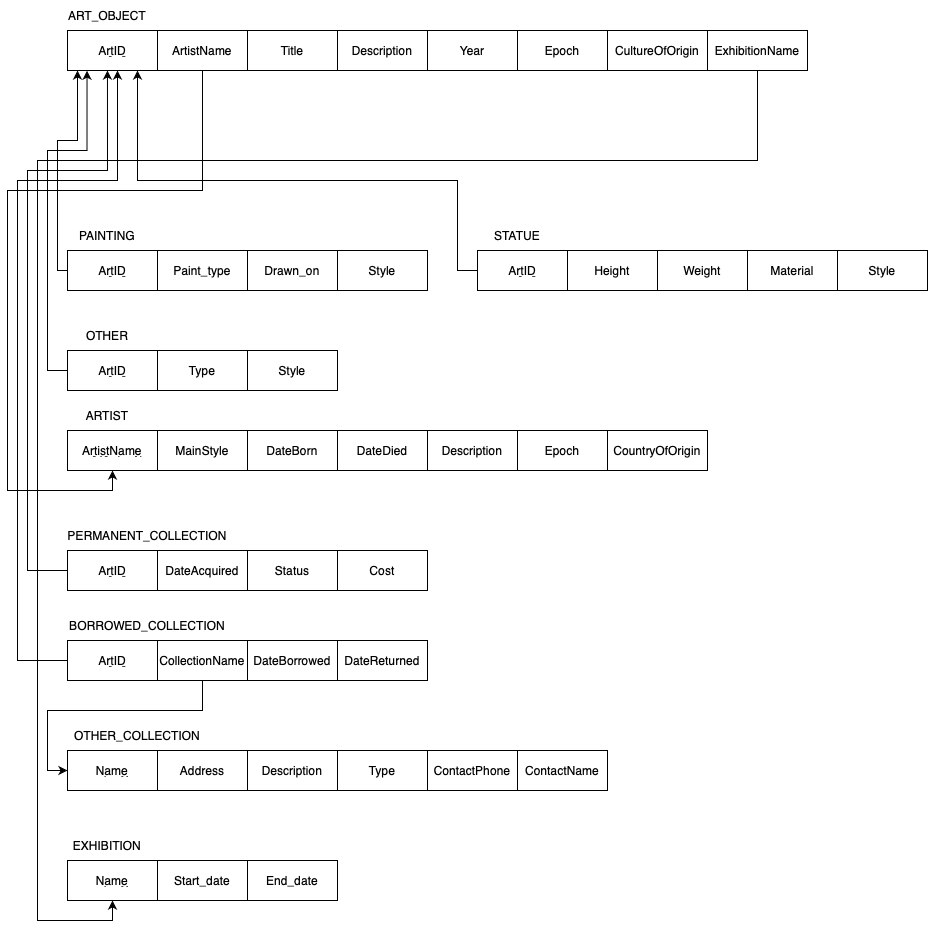
This is 300 Final Project Relational Model.drawio.png from Maan-Khedr-ENSF-300/museum-project-coolkids87, a draw.io export, as it was before one commit. Source tidied: cells renumbered, new cells last; positions are measured from the earlier drawing's top-left corner, leaving out a move shared by most shapes. Its diagram source:
```xml
<mxGraphModel>
  <root>
    <mxCell id="0" />
    <mxCell id="1" parent="0" />
    <mxCell id="2" value="&lt;u&gt;ArtID&lt;/u&gt;" style="rounded=0;whiteSpace=wrap;html=1;" parent="1" vertex="1">
      <mxGeometry x="60" y="30" width="90" height="40" as="geometry" />
    </mxCell>
    <mxCell id="3" value="ART_OBJECT" style="text;html=1;strokeColor=none;fillColor=none;align=center;verticalAlign=middle;whiteSpace=wrap;rounded=0;" parent="1" vertex="1">
      <mxGeometry x="60" width="80" height="30" as="geometry" />
    </mxCell>
    <mxCell id="4" style="edgeStyle=orthogonalEdgeStyle;rounded=0;jettySize=auto;html=1;exitX=0;exitY=0.5;exitDx=0;exitDy=0;" parent="1" edge="1" source="5" target="2">
      <mxGeometry relative="1" as="geometry">
        <Array as="points">
          <mxPoint x="50" y="270" />
          <mxPoint x="50" y="140" />
          <mxPoint x="70" y="140" />
        </Array>
      </mxGeometry>
    </mxCell>
    <mxCell id="5" value="&lt;u&gt;ArtID&lt;/u&gt;" style="rounded=0;whiteSpace=wrap;html=1;" parent="1" vertex="1">
      <mxGeometry x="60" y="250" width="90" height="40" as="geometry" />
    </mxCell>
    <mxCell id="6" value="PAINTING" style="text;html=1;strokeColor=none;fillColor=none;align=center;verticalAlign=middle;whiteSpace=wrap;rounded=0;" parent="1" vertex="1">
      <mxGeometry x="60" y="220" width="80" height="30" as="geometry" />
    </mxCell>
    <mxCell id="7" value="Paint_type" style="rounded=0;whiteSpace=wrap;html=1;" parent="1" vertex="1">
      <mxGeometry x="150" y="250" width="90" height="40" as="geometry" />
    </mxCell>
    <mxCell id="8" value="Drawn_on" style="rounded=0;whiteSpace=wrap;html=1;" parent="1" vertex="1">
      <mxGeometry x="240" y="250" width="90" height="40" as="geometry" />
    </mxCell>
    <mxCell id="9" value="Style" style="rounded=0;whiteSpace=wrap;html=1;" parent="1" vertex="1">
      <mxGeometry x="330" y="250" width="90" height="40" as="geometry" />
    </mxCell>
    <mxCell id="10" value="Description" style="rounded=0;whiteSpace=wrap;html=1;" parent="1" vertex="1">
      <mxGeometry x="330" y="30" width="90" height="40" as="geometry" />
    </mxCell>
    <mxCell id="11" value="Year" style="rounded=0;whiteSpace=wrap;html=1;" parent="1" vertex="1">
      <mxGeometry x="420" y="30" width="90" height="40" as="geometry" />
    </mxCell>
    <mxCell id="12" value="Epoch" style="rounded=0;whiteSpace=wrap;html=1;" parent="1" vertex="1">
      <mxGeometry x="510" y="30" width="90" height="40" as="geometry" />
    </mxCell>
    <mxCell id="13" value="CultureOfOrigin" style="rounded=0;whiteSpace=wrap;html=1;" parent="1" vertex="1">
      <mxGeometry x="600" y="30" width="100" height="40" as="geometry" />
    </mxCell>
    <mxCell id="14" value="Title" style="rounded=0;whiteSpace=wrap;html=1;" parent="1" vertex="1">
      <mxGeometry x="240" y="30" width="90" height="40" as="geometry" />
    </mxCell>
    <mxCell id="15" style="edgeStyle=orthogonalEdgeStyle;rounded=0;jettySize=auto;html=1;exitX=0;exitY=0.5;exitDx=0;exitDy=0;" parent="1" edge="1" source="16" target="2">
      <mxGeometry relative="1" as="geometry">
        <Array as="points">
          <mxPoint x="450" y="270" />
          <mxPoint x="450" y="180" />
          <mxPoint x="130" y="180" />
        </Array>
      </mxGeometry>
    </mxCell>
    <mxCell id="16" value="&lt;u&gt;ArtID&lt;/u&gt;" style="rounded=0;whiteSpace=wrap;html=1;" parent="1" vertex="1">
      <mxGeometry x="470" y="250" width="90" height="40" as="geometry" />
    </mxCell>
    <mxCell id="17" value="STATUE" style="text;html=1;strokeColor=none;fillColor=none;align=center;verticalAlign=middle;whiteSpace=wrap;rounded=0;" parent="1" vertex="1">
      <mxGeometry x="470" y="220" width="80" height="30" as="geometry" />
    </mxCell>
    <mxCell id="18" value="Height" style="rounded=0;whiteSpace=wrap;html=1;" parent="1" vertex="1">
      <mxGeometry x="560" y="250" width="90" height="40" as="geometry" />
    </mxCell>
    <mxCell id="19" value="Weight" style="rounded=0;whiteSpace=wrap;html=1;" parent="1" vertex="1">
      <mxGeometry x="650" y="250" width="90" height="40" as="geometry" />
    </mxCell>
    <mxCell id="20" value="Material" style="rounded=0;whiteSpace=wrap;html=1;" parent="1" vertex="1">
      <mxGeometry x="740" y="250" width="90" height="40" as="geometry" />
    </mxCell>
    <mxCell id="21" value="Style" style="rounded=0;whiteSpace=wrap;html=1;" parent="1" vertex="1">
      <mxGeometry x="830" y="250" width="90" height="40" as="geometry" />
    </mxCell>
    <mxCell id="22" value="&lt;u&gt;ArtID&lt;/u&gt;" style="rounded=0;whiteSpace=wrap;html=1;" parent="1" vertex="1">
      <mxGeometry x="60" y="350" width="90" height="40" as="geometry" />
    </mxCell>
    <mxCell id="23" value="OTHER" style="text;html=1;strokeColor=none;fillColor=none;align=center;verticalAlign=middle;whiteSpace=wrap;rounded=0;" parent="1" vertex="1">
      <mxGeometry x="60" y="320" width="80" height="30" as="geometry" />
    </mxCell>
    <mxCell id="24" value="Type" style="rounded=0;whiteSpace=wrap;html=1;" parent="1" vertex="1">
      <mxGeometry x="150" y="350" width="90" height="40" as="geometry" />
    </mxCell>
    <mxCell id="25" value="Style" style="rounded=0;whiteSpace=wrap;html=1;" parent="1" vertex="1">
      <mxGeometry x="240" y="350" width="90" height="40" as="geometry" />
    </mxCell>
    <mxCell id="26" value="ARTIST" style="text;html=1;strokeColor=none;fillColor=none;align=center;verticalAlign=middle;whiteSpace=wrap;rounded=0;" parent="1" vertex="1">
      <mxGeometry x="60" y="400" width="80" height="30" as="geometry" />
    </mxCell>
    <mxCell id="27" value="ArtistName" style="rounded=0;whiteSpace=wrap;html=1;fontStyle=4;" parent="1" vertex="1">
      <mxGeometry x="60" y="430" width="90" height="40" as="geometry" />
    </mxCell>
    <mxCell id="28" value="MainStyle" style="rounded=0;whiteSpace=wrap;html=1;" parent="1" vertex="1">
      <mxGeometry x="150" y="430" width="90" height="40" as="geometry" />
    </mxCell>
    <mxCell id="29" value="DateBorn" style="rounded=0;whiteSpace=wrap;html=1;" parent="1" vertex="1">
      <mxGeometry x="240" y="430" width="90" height="40" as="geometry" />
    </mxCell>
    <mxCell id="30" value="DateDied" style="rounded=0;whiteSpace=wrap;html=1;" parent="1" vertex="1">
      <mxGeometry x="330" y="430" width="90" height="40" as="geometry" />
    </mxCell>
    <mxCell id="31" value="Description" style="rounded=0;whiteSpace=wrap;html=1;" parent="1" vertex="1">
      <mxGeometry x="420" y="430" width="90" height="40" as="geometry" />
    </mxCell>
    <mxCell id="32" value="Epoch" style="rounded=0;whiteSpace=wrap;html=1;" parent="1" vertex="1">
      <mxGeometry x="510" y="430" width="90" height="40" as="geometry" />
    </mxCell>
    <mxCell id="33" value="CountryOfOrigin" style="rounded=0;whiteSpace=wrap;html=1;" parent="1" vertex="1">
      <mxGeometry x="600" y="430" width="100" height="40" as="geometry" />
    </mxCell>
    <mxCell id="34" style="edgeStyle=orthogonalEdgeStyle;rounded=0;jettySize=auto;html=1;startArrow=none;startFill=0;endArrow=classic;endFill=1;exitX=0.5;exitY=1;exitDx=0;exitDy=0;entryX=0.5;entryY=1;entryDx=0;entryDy=0;" parent="1" edge="1" source="53" target="27">
      <mxGeometry relative="1" as="geometry">
        <Array as="points">
          <mxPoint x="195" y="190" />
          <mxPoint y="190" />
          <mxPoint y="490" />
          <mxPoint x="105" y="490" />
        </Array>
      </mxGeometry>
    </mxCell>
    <mxCell id="35" value="EXHIBITION" style="text;html=1;strokeColor=none;fillColor=none;align=center;verticalAlign=middle;whiteSpace=wrap;rounded=0;" parent="1" vertex="1">
      <mxGeometry x="60" y="830" width="80" height="30" as="geometry" />
    </mxCell>
    <mxCell id="36" value="End_date" style="rounded=0;whiteSpace=wrap;html=1;" parent="1" vertex="1">
      <mxGeometry x="240" y="860" width="90" height="40" as="geometry" />
    </mxCell>
    <mxCell id="37" value="&lt;u&gt;Name&lt;/u&gt;" style="rounded=0;whiteSpace=wrap;html=1;" parent="1" vertex="1">
      <mxGeometry x="60" y="860" width="90" height="40" as="geometry" />
    </mxCell>
    <mxCell id="38" style="edgeStyle=orthogonalEdgeStyle;rounded=0;jettySize=auto;html=1;exitX=0;exitY=0.5;exitDx=0;exitDy=0;entryX=0.444;entryY=1;entryDx=0;entryDy=0;entryPerimeter=0;" parent="1" edge="1" source="49" target="2">
      <mxGeometry relative="1" as="geometry">
        <Array as="points">
          <mxPoint x="20" y="570" />
          <mxPoint x="20" y="170" />
          <mxPoint x="100" y="170" />
        </Array>
      </mxGeometry>
    </mxCell>
    <mxCell id="39" value="Start_date" style="rounded=0;whiteSpace=wrap;html=1;" parent="1" vertex="1">
      <mxGeometry x="150" y="860" width="90" height="40" as="geometry" />
    </mxCell>
    <mxCell id="40" value="PERMANENT_COLLECTION" style="text;html=1;strokeColor=none;fillColor=none;align=center;verticalAlign=middle;whiteSpace=wrap;rounded=0;" parent="1" vertex="1">
      <mxGeometry x="100" y="520" width="80" height="30" as="geometry" />
    </mxCell>
    <mxCell id="41" style="edgeStyle=orthogonalEdgeStyle;rounded=0;jettySize=auto;html=1;entryX=0.217;entryY=1.005;entryDx=0;entryDy=0;entryPerimeter=0;" parent="1" edge="1" target="2">
      <mxGeometry relative="1" as="geometry">
        <mxPoint x="60" y="370" as="sourcePoint" />
        <Array as="points">
          <mxPoint x="60" y="370" />
          <mxPoint x="40" y="370" />
          <mxPoint x="40" y="150" />
          <mxPoint x="80" y="150" />
        </Array>
      </mxGeometry>
    </mxCell>
    <mxCell id="42" value="BORROWED_COLLECTION" style="text;html=1;strokeColor=none;fillColor=none;align=center;verticalAlign=middle;whiteSpace=wrap;rounded=0;" parent="1" vertex="1">
      <mxGeometry x="100" y="610" width="80" height="30" as="geometry" />
    </mxCell>
    <mxCell id="43" style="edgeStyle=orthogonalEdgeStyle;rounded=0;jettySize=auto;html=1;exitX=0.5;exitY=1;exitDx=0;exitDy=0;entryX=0;entryY=0.5;entryDx=0;entryDy=0;startArrow=none;startFill=0;endArrow=classic;endFill=1;" parent="1" edge="1" source="44" target="58">
      <mxGeometry relative="1" as="geometry">
        <Array as="points">
          <mxPoint x="195" y="710" />
          <mxPoint x="40" y="710" />
          <mxPoint x="40" y="770" />
        </Array>
      </mxGeometry>
    </mxCell>
    <mxCell id="44" value="&lt;span&gt;CollectionName&lt;/span&gt;" style="rounded=0;whiteSpace=wrap;html=1;fontStyle=0;" parent="1" vertex="1">
      <mxGeometry x="150" y="640" width="90" height="40" as="geometry" />
    </mxCell>
    <mxCell id="45" value="DateBorrowed" style="rounded=0;whiteSpace=wrap;html=1;" parent="1" vertex="1">
      <mxGeometry x="240" y="640" width="90" height="40" as="geometry" />
    </mxCell>
    <mxCell id="46" value="DateReturned" style="rounded=0;whiteSpace=wrap;html=1;" parent="1" vertex="1">
      <mxGeometry x="330" y="640" width="90" height="40" as="geometry" />
    </mxCell>
    <mxCell id="47" style="edgeStyle=orthogonalEdgeStyle;rounded=0;jettySize=auto;html=1;exitX=0;exitY=0.5;exitDx=0;exitDy=0;" parent="1" edge="1" source="48">
      <mxGeometry relative="1" as="geometry">
        <mxPoint x="110" y="70" as="targetPoint" />
        <Array as="points">
          <mxPoint x="10" y="660" />
          <mxPoint x="10" y="180" />
          <mxPoint x="110" y="180" />
        </Array>
      </mxGeometry>
    </mxCell>
    <mxCell id="48" value="&lt;u&gt;ArtID&lt;/u&gt;" style="rounded=0;whiteSpace=wrap;html=1;" parent="1" vertex="1">
      <mxGeometry x="60" y="640" width="90" height="40" as="geometry" />
    </mxCell>
    <mxCell id="49" value="&lt;u&gt;ArtID&lt;/u&gt;" style="rounded=0;whiteSpace=wrap;html=1;" parent="1" vertex="1">
      <mxGeometry x="60" y="550" width="90" height="40" as="geometry" />
    </mxCell>
    <mxCell id="50" value="Status" style="rounded=0;whiteSpace=wrap;html=1;" parent="1" vertex="1">
      <mxGeometry x="240" y="550" width="90" height="40" as="geometry" />
    </mxCell>
    <mxCell id="51" value="DateAcquired" style="rounded=0;whiteSpace=wrap;html=1;" parent="1" vertex="1">
      <mxGeometry x="150" y="550" width="90" height="40" as="geometry" />
    </mxCell>
    <mxCell id="52" value="Cost" style="rounded=0;whiteSpace=wrap;html=1;" parent="1" vertex="1">
      <mxGeometry x="330" y="550" width="90" height="40" as="geometry" />
    </mxCell>
    <mxCell id="53" value="ArtistName" style="rounded=0;whiteSpace=wrap;html=1;fontStyle=0;" parent="1" vertex="1">
      <mxGeometry x="150" y="30" width="90" height="40" as="geometry" />
    </mxCell>
    <mxCell id="54" value="ExhibitionName" style="rounded=0;whiteSpace=wrap;html=1;" parent="1" vertex="1">
      <mxGeometry x="700" y="30" width="100" height="40" as="geometry" />
    </mxCell>
    <mxCell id="55" style="edgeStyle=orthogonalEdgeStyle;rounded=0;jettySize=auto;html=1;startArrow=none;startFill=0;endArrow=classic;endFill=1;exitX=0.5;exitY=1;exitDx=0;exitDy=0;entryX=0.5;entryY=1;entryDx=0;entryDy=0;" parent="1" edge="1" source="54" target="37">
      <mxGeometry relative="1" as="geometry">
        <Array as="points">
          <mxPoint x="750" y="160" />
          <mxPoint x="30" y="160" />
          <mxPoint x="30" y="920" />
          <mxPoint x="105" y="920" />
        </Array>
      </mxGeometry>
    </mxCell>
    <mxCell id="56" value="OTHER_COLLECTION" style="text;html=1;strokeColor=none;fillColor=none;align=center;verticalAlign=middle;whiteSpace=wrap;rounded=0;" parent="1" vertex="1">
      <mxGeometry x="90" y="720" width="80" height="30" as="geometry" />
    </mxCell>
    <mxCell id="57" value="Type" style="rounded=0;whiteSpace=wrap;html=1;" parent="1" vertex="1">
      <mxGeometry x="330" y="750" width="90" height="40" as="geometry" />
    </mxCell>
    <mxCell id="58" value="&lt;u&gt;Name&lt;/u&gt;" style="rounded=0;whiteSpace=wrap;html=1;" parent="1" vertex="1">
      <mxGeometry x="60" y="750" width="90" height="40" as="geometry" />
    </mxCell>
    <mxCell id="59" value="&lt;span&gt;ContactPhone&lt;/span&gt;" style="rounded=0;whiteSpace=wrap;html=1;fontStyle=0;" parent="1" vertex="1">
      <mxGeometry x="420" y="750" width="90" height="40" as="geometry" />
    </mxCell>
    <mxCell id="60" value="ContactName" style="rounded=0;whiteSpace=wrap;html=1;" parent="1" vertex="1">
      <mxGeometry x="510" y="750" width="90" height="40" as="geometry" />
    </mxCell>
    <mxCell id="61" value="Address" style="rounded=0;whiteSpace=wrap;html=1;" parent="1" vertex="1">
      <mxGeometry x="150" y="750" width="90" height="40" as="geometry" />
    </mxCell>
    <mxCell id="62" value="Description" style="rounded=0;whiteSpace=wrap;html=1;" parent="1" vertex="1">
      <mxGeometry x="240" y="750" width="90" height="40" as="geometry" />
    </mxCell>
  </root>
</mxGraphModel>
```
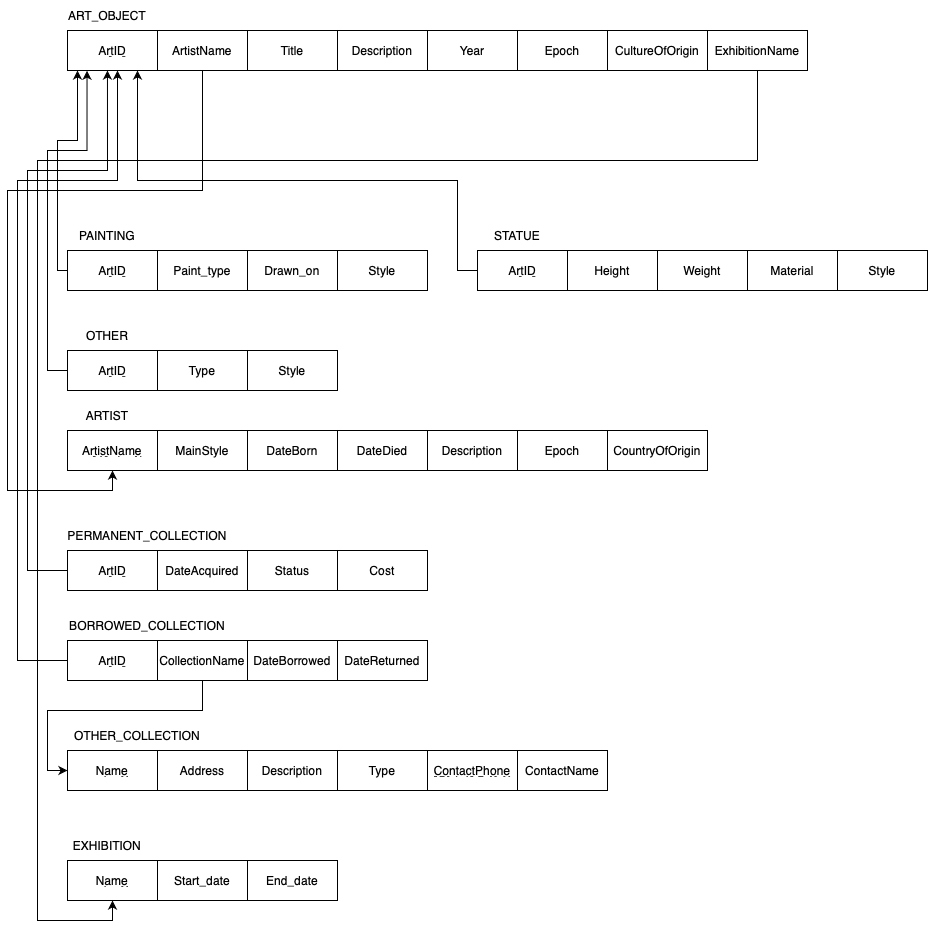
The same file after the commit.

The edit, as a diff of the source:
```diff
@@ -226,7 +226,7 @@
     <mxCell id="58" value="&lt;u&gt;Name&lt;/u&gt;" style="rounded=0;whiteSpace=wrap;html=1;" parent="1" vertex="1">
       <mxGeometry x="60" y="750" width="90" height="40" as="geometry" />
     </mxCell>
-    <mxCell id="59" value="&lt;span&gt;ContactPhone&lt;/span&gt;" style="rounded=0;whiteSpace=wrap;html=1;fontStyle=0;" parent="1" vertex="1">
+    <mxCell id="59" value="&lt;span&gt;&lt;u&gt;ContactPhone&lt;/u&gt;&lt;/span&gt;" style="rounded=0;whiteSpace=wrap;html=1;fontStyle=0;" parent="1" vertex="1">
       <mxGeometry x="420" y="750" width="90" height="40" as="geometry" />
     </mxCell>
     <mxCell id="60" value="ContactName" style="rounded=0;whiteSpace=wrap;html=1;" parent="1" vertex="1">
```
